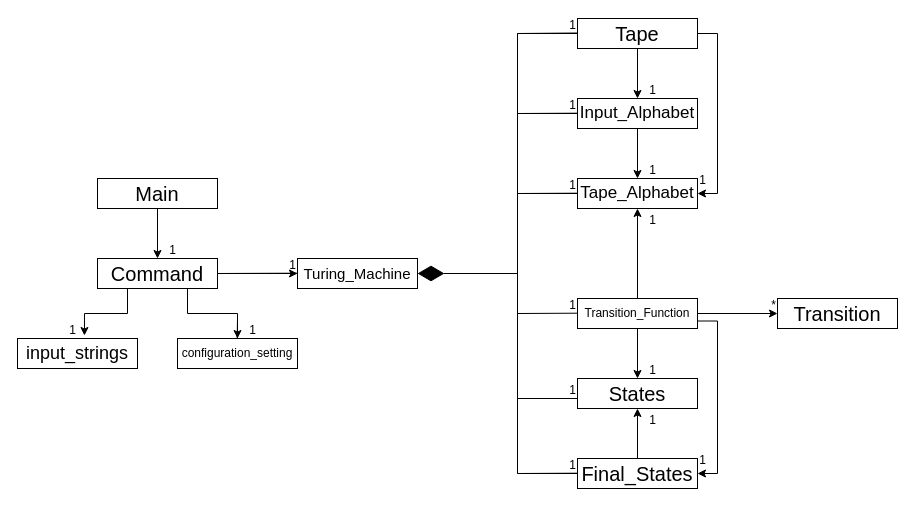
The draw.io diagram TM.drawio in IgorBCode/cv, before the edit. Source tidied: cells renumbered, new cells numbered last; positions are measured from the earlier drawing's top-left corner, leaving out a move shared by most shapes. Both pictures are drawn from the tidied source at 100%, with x=0, y=0 at pixel (17, 18).
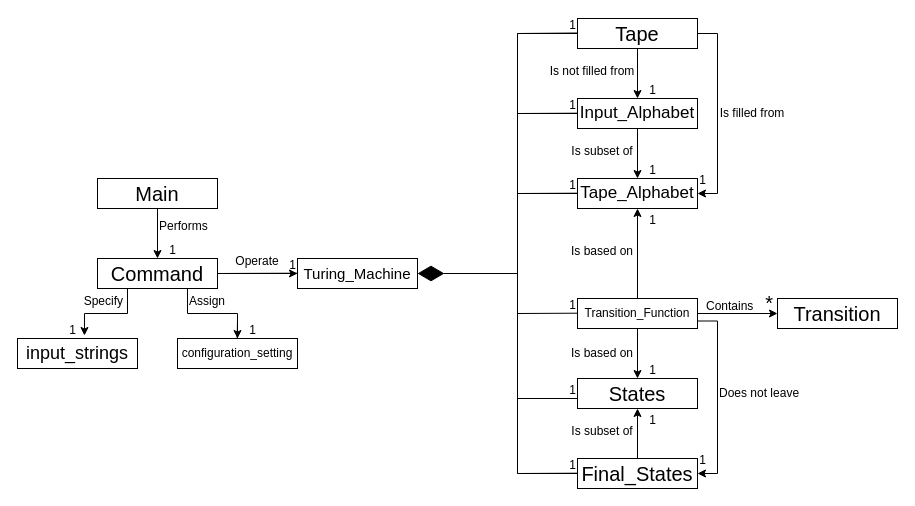
The same page after the edit.

What changed in the source:
```diff
@@
-    <mxCell id="48" value="*" style="html=1;whiteSpace=wrap;align=right;verticalAlign=bottom;" parent="1" vertex="1">
-      <mxGeometry x="760" y="295" as="geometry" />
+    <mxCell id="48" value="&lt;font style=&quot;font-size: 20px;&quot;&gt;*&lt;/font&gt;" style="html=1;whiteSpace=wrap;align=right;verticalAlign=bottom;" parent="1" vertex="1">
+      <mxGeometry x="757" y="298" as="geometry" />
     </mxCell>
@@
+    <mxCell id="56" value="Performs" style="text;html=1;align=left;verticalAlign=middle;whiteSpace=wrap;rounded=0;" parent="1" vertex="1">
+      <mxGeometry x="140" y="205" width="60" height="5" as="geometry" />
+    </mxCell>
+    <mxCell id="57" value="Specify" style="text;html=1;align=right;verticalAlign=middle;whiteSpace=wrap;rounded=0;" parent="1" vertex="1">
+      <mxGeometry x="48" y="280" width="60" height="5" as="geometry" />
+    </mxCell>
+    <mxCell id="58" value="Assign" style="text;html=1;align=left;verticalAlign=middle;whiteSpace=wrap;rounded=0;" parent="1" vertex="1">
+      <mxGeometry x="170" y="280" width="60" height="5" as="geometry" />
+    </mxCell>
+    <mxCell id="59" value="Operate" style="text;html=1;align=center;verticalAlign=middle;whiteSpace=wrap;rounded=0;" parent="1" vertex="1">
+      <mxGeometry x="210" y="240" width="60" height="5" as="geometry" />
+    </mxCell>
+    <mxCell id="60" value="Is not filled from" style="text;html=1;align=center;verticalAlign=middle;whiteSpace=wrap;rounded=0;" parent="1" vertex="1">
+      <mxGeometry x="530" y="50" width="90" height="5" as="geometry" />
+    </mxCell>
+    <mxCell id="61" value="Is subset of" style="text;html=1;align=center;verticalAlign=middle;whiteSpace=wrap;rounded=0;" parent="1" vertex="1">
+      <mxGeometry x="550" y="130" width="70" height="5" as="geometry" />
+    </mxCell>
+    <mxCell id="62" value="Is based on" style="text;html=1;align=center;verticalAlign=middle;whiteSpace=wrap;rounded=0;" parent="1" vertex="1">
+      <mxGeometry x="550" y="230" width="70" height="5" as="geometry" />
+    </mxCell>
+    <mxCell id="63" value="Is filled from" style="text;html=1;align=center;verticalAlign=middle;whiteSpace=wrap;rounded=0;" parent="1" vertex="1">
+      <mxGeometry x="700" y="92.5" width="70" height="5" as="geometry" />
+    </mxCell>
+    <mxCell id="64" value="Is based on" style="text;html=1;align=center;verticalAlign=middle;whiteSpace=wrap;rounded=0;" parent="1" vertex="1">
+      <mxGeometry x="550" y="332.5" width="70" height="5" as="geometry" />
+    </mxCell>
+    <mxCell id="65" value="Is subset of" style="text;html=1;align=center;verticalAlign=middle;whiteSpace=wrap;rounded=0;" parent="1" vertex="1">
+      <mxGeometry x="550" y="410" width="70" height="5" as="geometry" />
+    </mxCell>
+    <mxCell id="66" value="Does not leave" style="text;html=1;align=left;verticalAlign=middle;whiteSpace=wrap;rounded=0;" parent="1" vertex="1">
+      <mxGeometry x="700" y="372.5" width="90" height="5" as="geometry" />
+    </mxCell>
+    <mxCell id="67" value="&lt;div align=&quot;left&quot;&gt;Contains&lt;/div&gt;" style="text;html=1;align=left;verticalAlign=middle;whiteSpace=wrap;rounded=0;" parent="1" vertex="1">
+      <mxGeometry x="687" y="285" width="70" height="5" as="geometry" />
+    </mxCell>
```
